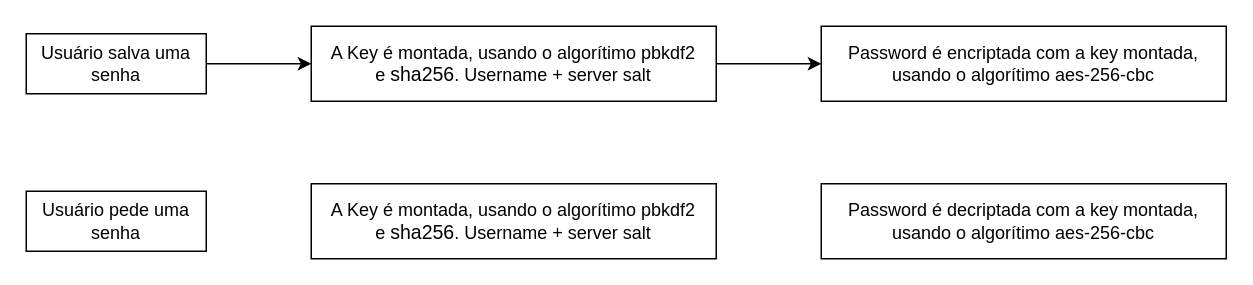
gepetojj/gepetoauth keeps this draw.io diagram as Password Flow.drawio. Above is the earlier version. Source tidied: cells renumbered, new cells numbered last; positions are measured from the earlier drawing's top-left corner, leaving out a move shared by most shapes. Both pictures are drawn from the tidied source at 150%, with x=0, y=0 at pixel (26, 26).
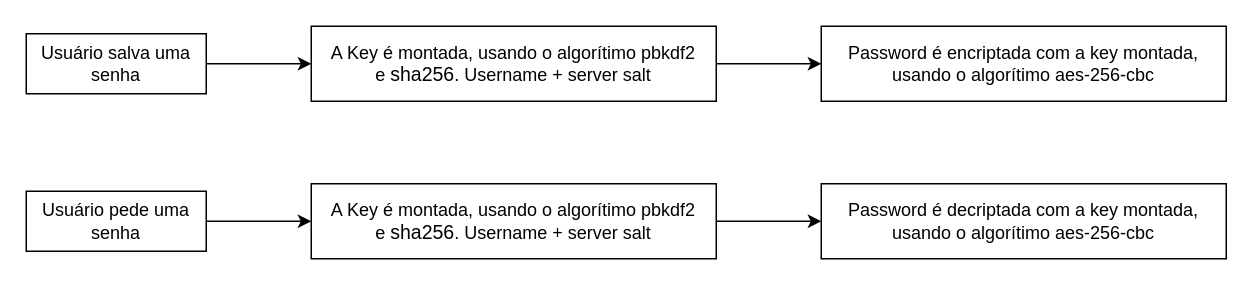
Above is the later version.

The edit, as a diff of the source:
```diff
@@
 <mxGraphModel>
   <root>
     <mxCell id="0" />
     <mxCell id="1" parent="0" />
     <mxCell id="2" style="edgeStyle=orthogonalEdgeStyle;rounded=0;jettySize=auto;html=1;" parent="1" edge="1" source="3" target="5">
       <mxGeometry relative="1" as="geometry" />
     </mxCell>
     <mxCell id="3" value="Usuário salva uma senha" style="rounded=0;whiteSpace=wrap;html=1;" parent="1" vertex="1">
       <mxGeometry y="5" width="120" height="40" as="geometry" />
     </mxCell>
     <mxCell id="4" style="edgeStyle=orthogonalEdgeStyle;rounded=0;jettySize=auto;html=1;" parent="1" edge="1" source="5" target="6">
       <mxGeometry relative="1" as="geometry" />
     </mxCell>
     <mxCell id="5" value="A Key é montada, usando o algorítimo pbkdf2 e&amp;nbsp;&lt;span style=&quot;background-color: transparent ; font-family: inherit ; font-style: inherit ; font-weight: inherit ; font-size: 13px ; text-align: left&quot;&gt;sha256&lt;/span&gt;&lt;span&gt;. Username + server salt&lt;/span&gt;" style="rounded=0;whiteSpace=wrap;html=1;" parent="1" vertex="1">
       <mxGeometry x="190" width="270" height="50" as="geometry" />
     </mxCell>
     <mxCell id="6" value="Password é encriptada com a key montada, usando o algorítimo aes-256-cbc" style="rounded=0;whiteSpace=wrap;html=1;" parent="1" vertex="1">
       <mxGeometry x="530" width="270" height="50" as="geometry" />
     </mxCell>
+    <mxCell id="10" style="edgeStyle=orthogonalEdgeStyle;rounded=0;jettySize=auto;html=1;" parent="1" edge="1" source="7" target="8">
+      <mxGeometry relative="1" as="geometry" />
+    </mxCell>
     <mxCell id="7" value="Usuário pede uma senha" style="rounded=0;whiteSpace=wrap;html=1;" parent="1" vertex="1">
       <mxGeometry y="110" width="120" height="40" as="geometry" />
     </mxCell>
+    <mxCell id="11" style="edgeStyle=orthogonalEdgeStyle;rounded=0;jettySize=auto;html=1;" parent="1" edge="1" source="8" target="9">
+      <mxGeometry relative="1" as="geometry" />
+    </mxCell>
     <mxCell id="8" value="A Key é montada, usando o algorítimo pbkdf2 e&amp;nbsp;&lt;span style=&quot;background-color: transparent ; font-family: inherit ; font-style: inherit ; font-weight: inherit ; font-size: 13px ; text-align: left&quot;&gt;sha256&lt;/span&gt;&lt;span&gt;. Username + server salt&lt;/span&gt;" style="rounded=0;whiteSpace=wrap;html=1;" parent="1" vertex="1">
       <mxGeometry x="190" y="105" width="270" height="50" as="geometry" />
     </mxCell>
     <mxCell id="9" value="Password é decriptada com a key montada, usando o algorítimo aes-256-cbc" style="rounded=0;whiteSpace=wrap;html=1;" parent="1" vertex="1">
       <mxGeometry x="530" y="105" width="270" height="50" as="geometry" />
     </mxCell>
   </root>
 </mxGraphModel>
```
